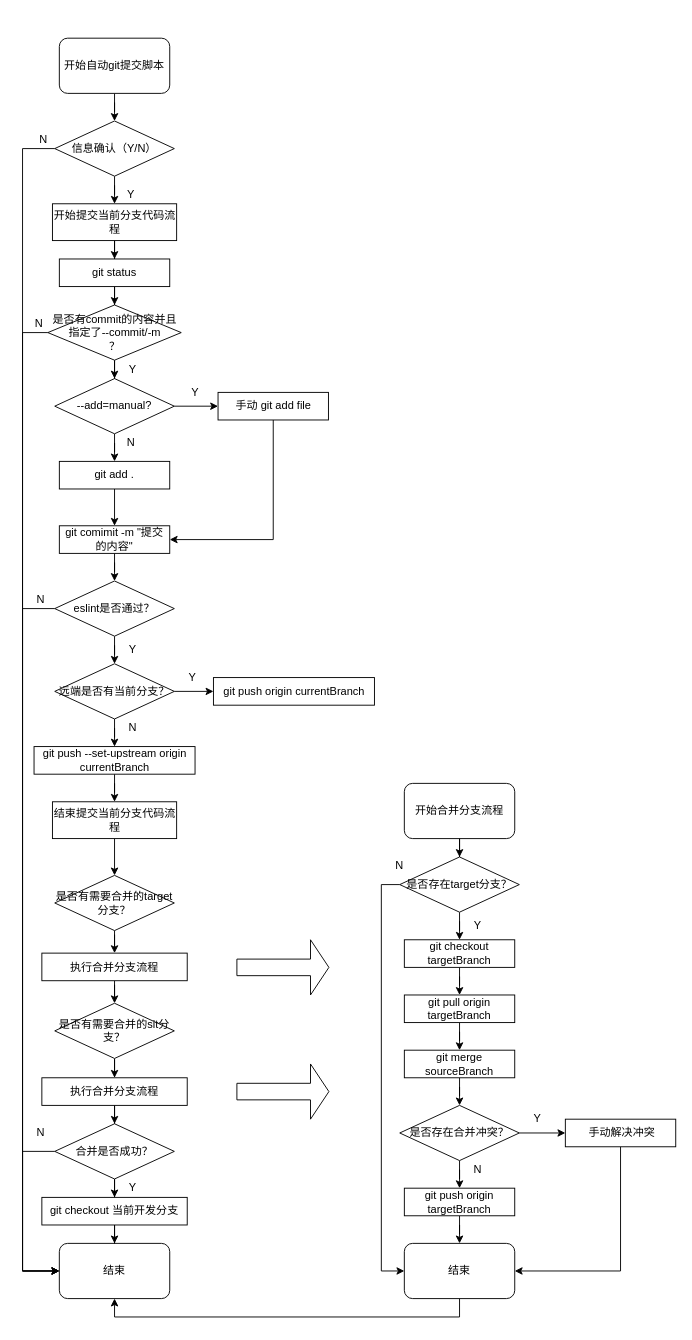
Before: flow.drawio in xurna/cute-git-tools, a draw.io diagram. Source tidied: cells renumbered, new cells numbered last; positions are measured from the earlier drawing's top-left corner, leaving out a move shared by most shapes. Both pictures are drawn from the tidied source at 92%, with x=0, y=0 at pixel (20, 38).
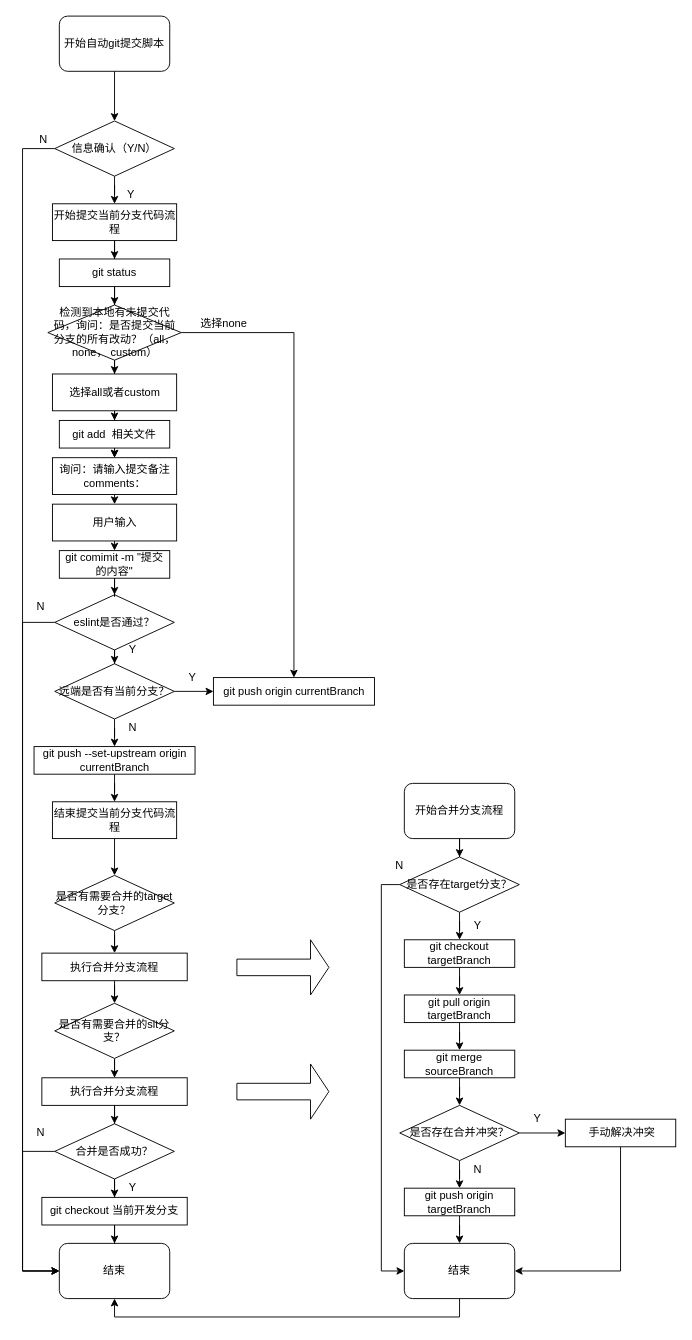
Above is the later version.

Unchanged cells that the change refers to:
```xml
<mxCell id="18" value="git push origin currentBranch" style="rounded=0;whiteSpace=wrap;html=1;" parent="1" vertex="1">
  <mxGeometry x="209.5" y="695" width="175" height="30" as="geometry" />
</mxCell>
<mxCell id="33" value="结束" style="rounded=1;whiteSpace=wrap;html=1;" parent="1" vertex="1">
  <mxGeometry x="42" y="1310" width="120" height="60" as="geometry" />
</mxCell>
```

The edit, as a diff of the source:
```diff
@@
     <mxCell id="9" style="edgeStyle=orthogonalEdgeStyle;rounded=0;jettySize=auto;html=1;entryX=0;entryY=0.5;entryDx=0;entryDy=0;exitX=0;exitY=0.5;exitDx=0;exitDy=0;" parent="1" edge="1" source="10" target="33">
       <mxGeometry relative="1" as="geometry">
         <Array as="points">
-          <mxPoint x="2" y="620" />
+          <mxPoint x="2" y="635" />
           <mxPoint x="2" y="1340" />
         </Array>
       </mxGeometry>
     </mxCell>
     <mxCell id="10" value="eslint是否通过？" style="rhombus;whiteSpace=wrap;html=1;" parent="1" vertex="1">
-      <mxGeometry x="37" y="590" width="130" height="60" as="geometry" />
+      <mxGeometry x="37" y="605" width="130" height="60" as="geometry" />
     </mxCell>
@@
     <mxCell id="17" value="git comimit -m &quot;提交的内容&quot;" style="rounded=0;whiteSpace=wrap;html=1;" parent="1" vertex="1">
-      <mxGeometry x="42" y="530" width="120" height="30" as="geometry" />
+      <mxGeometry x="42" y="557" width="120" height="30" as="geometry" />
     </mxCell>
@@
-    <mxCell id="21" style="edgeStyle=orthogonalEdgeStyle;rounded=0;jettySize=auto;html=1;entryX=0.5;entryY=0;entryDx=0;entryDy=0;" parent="1" edge="1" source="23" target="25">
+    <mxCell id="21" style="edgeStyle=orthogonalEdgeStyle;rounded=0;jettySize=auto;html=1;entryX=0.5;entryY=0;entryDx=0;entryDy=0;" parent="1" edge="1" source="92" target="25">
       <mxGeometry relative="1" as="geometry" />
     </mxCell>
-    <mxCell id="22" style="edgeStyle=orthogonalEdgeStyle;rounded=0;jettySize=auto;html=1;entryX=0;entryY=0.5;entryDx=0;entryDy=0;" parent="1" edge="1" source="23" target="27">
-      <mxGeometry relative="1" as="geometry" />
-    </mxCell>
-    <mxCell id="23" value="--add=manual?" style="rhombus;whiteSpace=wrap;html=1;" parent="1" vertex="1">
-      <mxGeometry x="37" y="370" width="130" height="60" as="geometry" />
-    </mxCell>
-    <mxCell id="24" style="edgeStyle=orthogonalEdgeStyle;rounded=0;jettySize=auto;html=1;" parent="1" edge="1" source="25" target="17">
-      <mxGeometry relative="1" as="geometry" />
-    </mxCell>
+    <mxCell id="86" style="edgeStyle=orthogonalEdgeStyle;rounded=0;jettySize=auto;html=1;exitX=0.5;exitY=1;exitDx=0;exitDy=0;entryX=0.5;entryY=0;entryDx=0;entryDy=0;" parent="1" edge="1" source="25" target="91">
+      <mxGeometry relative="1" as="geometry" />
+    </mxCell>
+    <mxCell id="87" style="edgeStyle=orthogonalEdgeStyle;rounded=0;jettySize=auto;html=1;exitX=0.5;exitY=1;exitDx=0;exitDy=0;entryX=0.5;entryY=0;entryDx=0;entryDy=0;" parent="1" edge="1" source="25" target="91">
+      <mxGeometry relative="1" as="geometry" />
+    </mxCell>
-    <mxCell id="25" value="git add ." style="rounded=0;whiteSpace=wrap;html=1;" parent="1" vertex="1">
-      <mxGeometry x="42" y="460" width="120" height="30" as="geometry" />
+    <mxCell id="25" value="git add&amp;nbsp; 相关文件" style="rounded=0;whiteSpace=wrap;html=1;" parent="1" vertex="1">
+      <mxGeometry x="42" y="415.5" width="120" height="30" as="geometry" />
     </mxCell>
-    <mxCell id="26" style="edgeStyle=orthogonalEdgeStyle;rounded=0;jettySize=auto;html=1;entryX=1;entryY=0.5;entryDx=0;entryDy=0;" parent="1" edge="1" source="27" target="17">
-      <mxGeometry relative="1" as="geometry">
-        <Array as="points">
-          <mxPoint x="275" y="545" />
-        </Array>
-      </mxGeometry>
-    </mxCell>
-    <mxCell id="27" value="手动 git add file" style="rounded=0;whiteSpace=wrap;html=1;" parent="1" vertex="1">
-      <mxGeometry x="214.5" y="385" width="120" height="30" as="geometry" />
-    </mxCell>
-    <mxCell id="28" style="edgeStyle=orthogonalEdgeStyle;rounded=0;jettySize=auto;html=1;entryX=0.5;entryY=0;entryDx=0;entryDy=0;" parent="1" edge="1" source="30" target="23">
-      <mxGeometry relative="1" as="geometry" />
-    </mxCell>
-    <mxCell id="29" style="edgeStyle=orthogonalEdgeStyle;rounded=0;jettySize=auto;html=1;entryX=0;entryY=0.5;entryDx=0;entryDy=0;" parent="1" edge="1" source="30" target="33">
-      <mxGeometry relative="1" as="geometry">
-        <Array as="points">
-          <mxPoint x="2" y="320" />
-          <mxPoint x="2" y="1340" />
-        </Array>
-      </mxGeometry>
-    </mxCell>
+    <mxCell id="88" style="edgeStyle=orthogonalEdgeStyle;rounded=0;jettySize=auto;html=1;" parent="1" edge="1" source="30" target="92">
+      <mxGeometry relative="1" as="geometry" />
+    </mxCell>
+    <mxCell id="89" style="edgeStyle=orthogonalEdgeStyle;rounded=0;jettySize=auto;html=1;" parent="1" edge="1" source="30" target="18">
+      <mxGeometry relative="1" as="geometry" />
+    </mxCell>
-    <mxCell id="30" value="是否有commit的内容并且指定了--commit/-m&lt;br&gt;？" style="rhombus;whiteSpace=wrap;html=1;" parent="1" vertex="1">
+    <mxCell id="30" value="检测到本地有未提交代码，询问：是否提交当前分支的所有改动？（all， none， custom）" style="rhombus;whiteSpace=wrap;html=1;" parent="1" vertex="1">
       <mxGeometry x="29.5" y="290" width="145" height="60" as="geometry" />
     </mxCell>
@@
     <mxCell id="32" value="开始自动git提交脚本" style="rounded=1;whiteSpace=wrap;html=1;" parent="1" vertex="1">
-      <mxGeometry x="42" width="120" height="60" as="geometry" />
+      <mxGeometry x="42" y="-24" width="120" height="60" as="geometry" />
     </mxCell>
@@
-    <mxCell id="34" value="Y" style="text;html=1;strokeColor=none;fillColor=none;align=center;verticalAlign=middle;whiteSpace=wrap;rounded=0;" parent="1" vertex="1">
-      <mxGeometry x="102" y="350" width="40" height="20" as="geometry" />
-    </mxCell>
@@
-    <mxCell id="36" value="N" style="text;html=1;strokeColor=none;fillColor=none;align=center;verticalAlign=middle;whiteSpace=wrap;rounded=0;" parent="1" vertex="1">
-      <mxGeometry x="-0.5" y="300" width="40" height="20" as="geometry" />
-    </mxCell>
-    <mxCell id="37" value="N" style="text;html=1;strokeColor=none;fillColor=none;align=center;verticalAlign=middle;whiteSpace=wrap;rounded=0;" parent="1" vertex="1">
-      <mxGeometry x="99.5" y="430" width="40" height="20" as="geometry" />
-    </mxCell>
-    <mxCell id="38" value="Y" style="text;html=1;strokeColor=none;fillColor=none;align=center;verticalAlign=middle;whiteSpace=wrap;rounded=0;" parent="1" vertex="1">
-      <mxGeometry x="169.5" y="375" width="40" height="20" as="geometry" />
-    </mxCell>
@@
     <mxCell id="41" value="N" style="text;html=1;strokeColor=none;fillColor=none;align=center;verticalAlign=middle;whiteSpace=wrap;rounded=0;" parent="1" vertex="1">
-      <mxGeometry x="2" y="600" width="40" height="20" as="geometry" />
+      <mxGeometry x="2" y="608" width="40" height="20" as="geometry" />
     </mxCell>
@@
+    <mxCell id="90" style="edgeStyle=orthogonalEdgeStyle;rounded=0;jettySize=auto;html=1;exitX=0.5;exitY=1;exitDx=0;exitDy=0;entryX=0.5;entryY=0;entryDx=0;entryDy=0;" parent="1" edge="1" source="91" target="94">
+      <mxGeometry relative="1" as="geometry" />
+    </mxCell>
+    <mxCell id="91" value="询问：请输入提交备注comments：" style="rounded=0;whiteSpace=wrap;html=1;" parent="1" vertex="1">
+      <mxGeometry x="34.5" y="456" width="135" height="40" as="geometry" />
+    </mxCell>
+    <mxCell id="92" value="选择all或者custom" style="rounded=0;whiteSpace=wrap;html=1;" parent="1" vertex="1">
+      <mxGeometry x="34.5" y="365" width="135" height="40" as="geometry" />
+    </mxCell>
+    <mxCell id="93" style="edgeStyle=orthogonalEdgeStyle;rounded=0;jettySize=auto;html=1;exitX=0.5;exitY=1;exitDx=0;exitDy=0;entryX=0.5;entryY=0;entryDx=0;entryDy=0;" parent="1" edge="1" source="94" target="17">
+      <mxGeometry relative="1" as="geometry" />
+    </mxCell>
+    <mxCell id="94" value="用户输入" style="rounded=0;whiteSpace=wrap;html=1;" parent="1" vertex="1">
+      <mxGeometry x="34.5" y="506.5" width="135" height="40" as="geometry" />
+    </mxCell>
+    <mxCell id="95" value="选择none" style="text;html=1;strokeColor=none;fillColor=none;align=center;verticalAlign=middle;whiteSpace=wrap;rounded=0;" parent="1" vertex="1">
+      <mxGeometry x="187" y="300" width="68" height="20" as="geometry" />
+    </mxCell>
```
